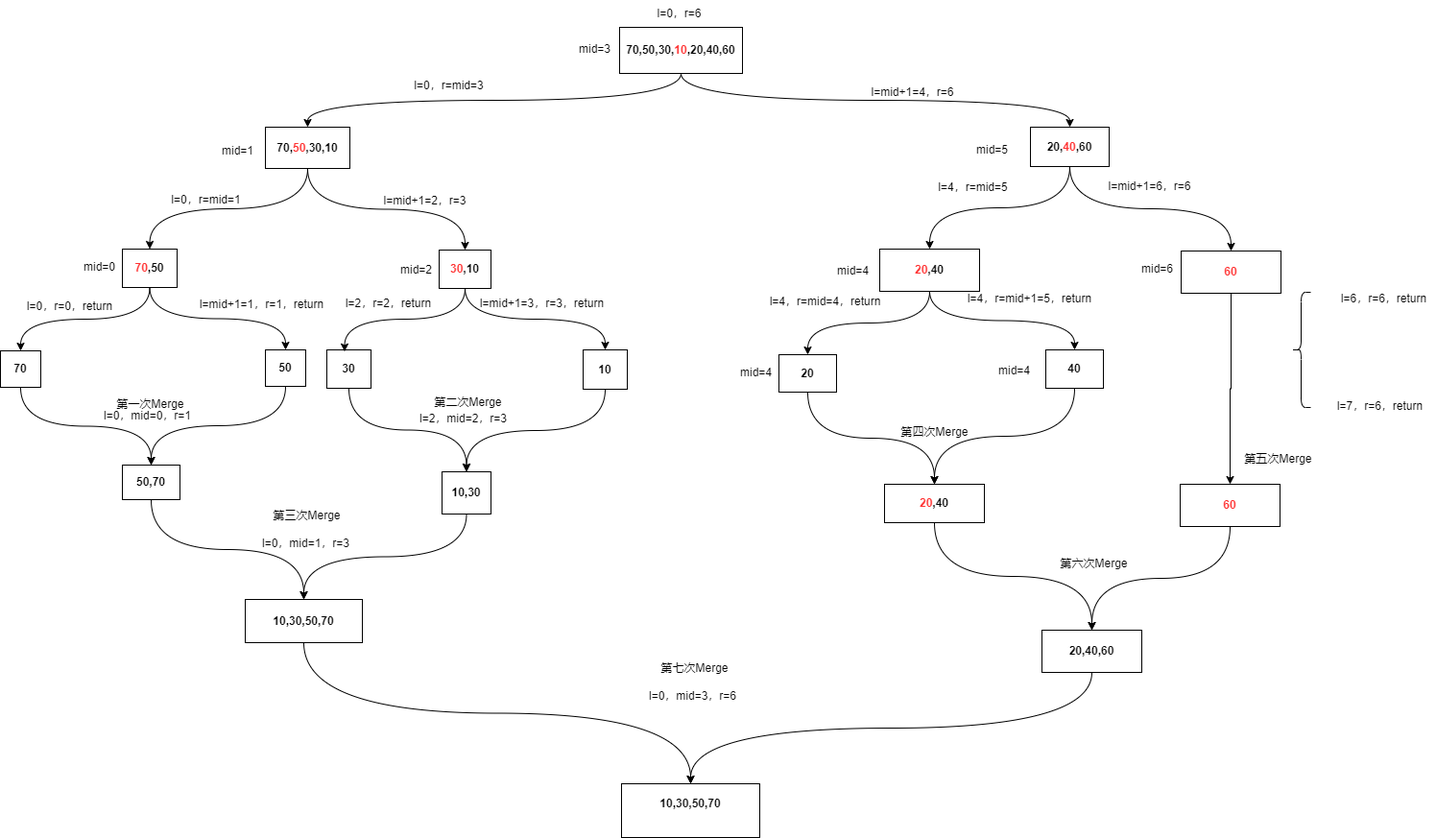
The draw.io diagram AlgorithmsAndDataStructures/归并算法.drawio.png in wjb0823/drawio, before a commit. Source tidied: cells renumbered, new cells last; positions are measured from the earlier drawing's top-left corner, leaving out a move shared by most shapes.
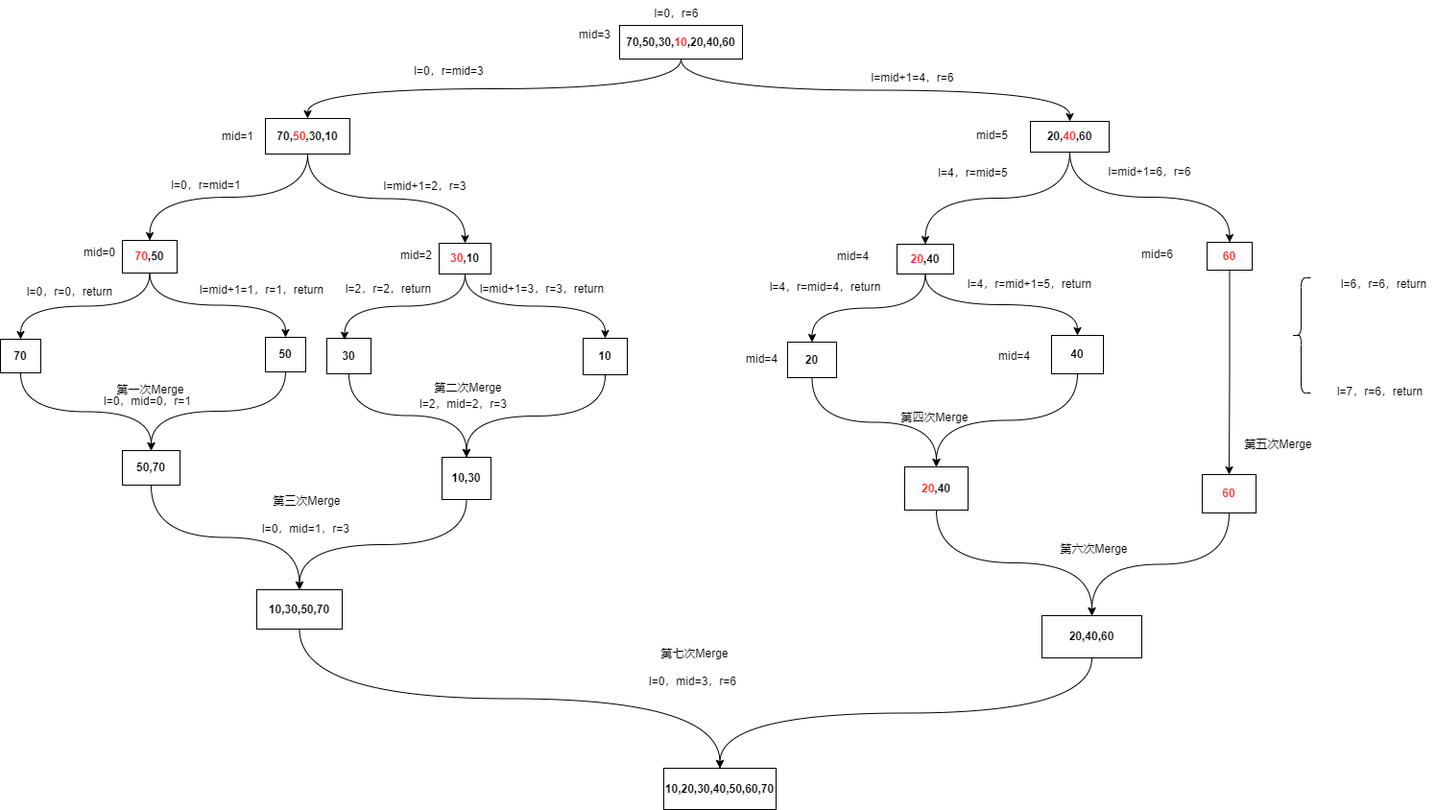
After the change.

Commit message:
更新归并算法.drawio.png

Change to the diagram source:
```diff
@@ -9,13 +9,13 @@
       <mxGeometry relative="1" as="geometry" />
     </mxCell>
     <mxCell id="4" value="&lt;b&gt;70,50,30,&lt;font color=&quot;#ff3333&quot;&gt;10&lt;/font&gt;,20,40,60&lt;/b&gt;" style="rounded=0;whiteSpace=wrap;html=1;" parent="1" vertex="1">
-      <mxGeometry x="645" y="28" width="128" height="48" as="geometry" />
+      <mxGeometry x="645" y="41" width="128" height="35" as="geometry" />
     </mxCell>
     <mxCell id="5" style="edgeStyle=orthogonalEdgeStyle;rounded=0;jettySize=auto;html=1;exitX=0.5;exitY=1;exitDx=0;exitDy=0;curved=1;" parent="1" edge="1" source="6" target="53">
       <mxGeometry relative="1" as="geometry" />
     </mxCell>
     <mxCell id="6" value="&lt;b&gt;20,&lt;font color=&quot;#ff3333&quot;&gt;40&lt;/font&gt;,60&lt;/b&gt;" style="rounded=0;whiteSpace=wrap;html=1;" parent="1" vertex="1">
-      <mxGeometry x="1073" y="132" width="82" height="41" as="geometry" />
+      <mxGeometry x="1073" y="141" width="82" height="32" as="geometry" />
     </mxCell>
     <mxCell id="7" style="edgeStyle=orthogonalEdgeStyle;rounded=0;jettySize=auto;html=1;entryX=0.5;entryY=0;entryDx=0;entryDy=0;curved=1;exitX=0.5;exitY=1;exitDx=0;exitDy=0;" parent="1" edge="1" source="9" target="12">
       <mxGeometry relative="1" as="geometry" />
@@ -24,7 +24,7 @@
       <mxGeometry relative="1" as="geometry" />
     </mxCell>
     <mxCell id="9" value="&lt;b&gt;70,&lt;font color=&quot;#ff3333&quot;&gt;50&lt;/font&gt;,30,10&lt;/b&gt;" style="rounded=0;whiteSpace=wrap;html=1;" parent="1" vertex="1">
-      <mxGeometry x="276" y="132" width="88" height="43" as="geometry" />
+      <mxGeometry x="276" y="138" width="88" height="37" as="geometry" />
     </mxCell>
     <mxCell id="10" style="edgeStyle=orthogonalEdgeStyle;rounded=0;jettySize=auto;html=1;exitX=0.5;exitY=1;exitDx=0;exitDy=0;curved=1;entryX=0.5;entryY=0;entryDx=0;entryDy=0;" parent="1" edge="1" source="12" target="21">
       <mxGeometry relative="1" as="geometry" />
@@ -33,10 +33,10 @@
       <mxGeometry relative="1" as="geometry" />
     </mxCell>
     <mxCell id="12" value="&lt;b&gt;&lt;font color=&quot;#ff3333&quot;&gt;70&lt;/font&gt;,50&lt;/b&gt;" style="rounded=0;whiteSpace=wrap;html=1;" parent="1" vertex="1">
-      <mxGeometry x="127" y="259" width="57" height="40" as="geometry" />
+      <mxGeometry x="127" y="265" width="57" height="34" as="geometry" />
     </mxCell>
     <mxCell id="13" value="l=0，r=6" style="text;html=1;align=center;verticalAlign=middle;strokeColor=none;fillColor=none;" parent="1" vertex="1">
-      <mxGeometry x="673" width="68" height="28" as="geometry" />
+      <mxGeometry x="670" y="15" width="68" height="28" as="geometry" />
     </mxCell>
     <mxCell id="14" value="mid=3" style="text;html=1;align=center;verticalAlign=middle;strokeColor=none;fillColor=none;" parent="1" vertex="1">
       <mxGeometry x="591" y="37" width="56" height="28" as="geometry" />
@@ -60,13 +60,13 @@
       <mxGeometry relative="1" as="geometry" />
     </mxCell>
     <mxCell id="21" value="&lt;b style=&quot;&quot;&gt;70&lt;/b&gt;" style="rounded=0;whiteSpace=wrap;html=1;" parent="1" vertex="1">
-      <mxGeometry y="365" width="42" height="38" as="geometry" />
+      <mxGeometry y="368" width="42" height="35" as="geometry" />
     </mxCell>
     <mxCell id="22" style="edgeStyle=orthogonalEdgeStyle;rounded=0;jettySize=auto;html=1;exitX=0.5;exitY=1;exitDx=0;exitDy=0;curved=1;entryX=0.5;entryY=0;entryDx=0;entryDy=0;" parent="1" edge="1" source="23" target="25">
       <mxGeometry relative="1" as="geometry" />
     </mxCell>
     <mxCell id="23" value="&lt;b style=&quot;&quot;&gt;50&lt;/b&gt;" style="rounded=0;whiteSpace=wrap;html=1;" parent="1" vertex="1">
-      <mxGeometry x="276" y="364" width="42" height="38" as="geometry" />
+      <mxGeometry x="276" y="366" width="42" height="36" as="geometry" />
     </mxCell>
     <mxCell id="24" style="edgeStyle=orthogonalEdgeStyle;rounded=0;jettySize=auto;html=1;exitX=0.5;exitY=1;exitDx=0;exitDy=0;entryX=0.5;entryY=0;entryDx=0;entryDy=0;curved=1;" parent="1" edge="1" source="25" target="41">
       <mxGeometry relative="1" as="geometry" />
@@ -84,19 +84,19 @@
       <mxGeometry relative="1" as="geometry" />
     </mxCell>
     <mxCell id="29" value="&lt;b style=&quot;&quot;&gt;&lt;font color=&quot;#ff3333&quot;&gt;30&lt;/font&gt;,10&lt;/b&gt;" style="rounded=0;whiteSpace=wrap;html=1;" parent="1" vertex="1">
-      <mxGeometry x="457" y="260" width="54" height="40" as="geometry" />
+      <mxGeometry x="457" y="268" width="54" height="32" as="geometry" />
     </mxCell>
     <mxCell id="30" style="edgeStyle=orthogonalEdgeStyle;rounded=0;jettySize=auto;html=1;exitX=0.5;exitY=1;exitDx=0;exitDy=0;curved=1;" parent="1" edge="1" source="31" target="36">
       <mxGeometry relative="1" as="geometry" />
     </mxCell>
     <mxCell id="31" value="&lt;b style=&quot;&quot;&gt;30&lt;/b&gt;" style="rounded=0;whiteSpace=wrap;html=1;" parent="1" vertex="1">
-      <mxGeometry x="340" y="364" width="46" height="40" as="geometry" />
+      <mxGeometry x="340" y="367" width="46" height="37" as="geometry" />
     </mxCell>
     <mxCell id="32" style="edgeStyle=orthogonalEdgeStyle;rounded=0;jettySize=auto;html=1;exitX=0.5;exitY=1;exitDx=0;exitDy=0;entryX=0.5;entryY=0;entryDx=0;entryDy=0;curved=1;" parent="1" edge="1" source="33" target="36">
       <mxGeometry relative="1" as="geometry" />
     </mxCell>
     <mxCell id="33" value="&lt;b style=&quot;&quot;&gt;10&lt;/b&gt;" style="rounded=0;whiteSpace=wrap;html=1;" parent="1" vertex="1">
-      <mxGeometry x="607" y="364" width="46" height="41" as="geometry" />
+      <mxGeometry x="607" y="367" width="46" height="38" as="geometry" />
     </mxCell>
     <mxCell id="34" style="edgeStyle=orthogonalEdgeStyle;rounded=0;jettySize=auto;html=1;exitX=0.5;exitY=1;exitDx=0;exitDy=0;entryX=0.402;entryY=0.045;entryDx=0;entryDy=0;entryPerimeter=0;curved=1;" parent="1" edge="1" source="29" target="31">
       <mxGeometry relative="1" as="geometry" />
@@ -120,7 +120,7 @@
       <mxGeometry relative="1" as="geometry" />
     </mxCell>
     <mxCell id="41" value="&lt;b style=&quot;&quot;&gt;10,30,50,70&lt;/b&gt;&lt;b style=&quot;&quot;&gt;&lt;br&gt;&lt;/b&gt;" style="rounded=0;whiteSpace=wrap;html=1;" parent="1" vertex="1">
-      <mxGeometry x="255" y="624" width="122" height="45" as="geometry" />
+      <mxGeometry x="267" y="629" width="89" height="41" as="geometry" />
     </mxCell>
     <mxCell id="42" value="第三次Merge" style="text;html=1;align=center;verticalAlign=middle;strokeColor=none;fillColor=none;" parent="1" vertex="1">
       <mxGeometry x="273" y="523" width="92" height="28" as="geometry" />
@@ -150,13 +150,13 @@
       <mxGeometry relative="1" as="geometry" />
     </mxCell>
     <mxCell id="51" value="&lt;b&gt;&lt;font color=&quot;#ff3333&quot;&gt;20&lt;/font&gt;,40&lt;/b&gt;" style="rounded=0;whiteSpace=wrap;html=1;" parent="1" vertex="1">
-      <mxGeometry x="916" y="259" width="104" height="44" as="geometry" />
+      <mxGeometry x="934" y="269" width="59" height="31" as="geometry" />
     </mxCell>
     <mxCell id="52" style="edgeStyle=orthogonalEdgeStyle;rounded=0;jettySize=auto;html=1;exitX=0.5;exitY=1;exitDx=0;exitDy=0;entryX=0.5;entryY=0;entryDx=0;entryDy=0;" parent="1" edge="1" source="53" target="72">
       <mxGeometry relative="1" as="geometry" />
     </mxCell>
     <mxCell id="53" value="&lt;b&gt;&lt;font color=&quot;#ff3333&quot;&gt;60&lt;/font&gt;&lt;/b&gt;" style="rounded=0;whiteSpace=wrap;html=1;" parent="1" vertex="1">
-      <mxGeometry x="1230" y="261" width="104" height="44" as="geometry" />
+      <mxGeometry x="1257" y="267" width="47" height="29" as="geometry" />
     </mxCell>
     <mxCell id="54" value="mid=5" style="text;html=1;align=center;verticalAlign=middle;strokeColor=none;fillColor=none;" parent="1" vertex="1">
       <mxGeometry x="1005" y="142" width="56" height="28" as="geometry" />
@@ -180,19 +180,19 @@
       <mxGeometry relative="1" as="geometry" />
     </mxCell>
     <mxCell id="61" value="&lt;b&gt;20&lt;/b&gt;" style="rounded=0;whiteSpace=wrap;html=1;" parent="1" vertex="1">
-      <mxGeometry x="811" y="369" width="60" height="39" as="geometry" />
+      <mxGeometry x="820" y="371" width="51" height="37" as="geometry" />
     </mxCell>
     <mxCell id="62" style="edgeStyle=orthogonalEdgeStyle;rounded=0;jettySize=auto;html=1;exitX=0.5;exitY=1;exitDx=0;exitDy=0;entryX=0.5;entryY=0;entryDx=0;entryDy=0;curved=1;" parent="1" edge="1" source="63" target="69">
       <mxGeometry relative="1" as="geometry" />
     </mxCell>
     <mxCell id="63" value="&lt;b&gt;40&lt;/b&gt;" style="rounded=0;whiteSpace=wrap;html=1;" parent="1" vertex="1">
-      <mxGeometry x="1089" y="364" width="60" height="40" as="geometry" />
+      <mxGeometry x="1095" y="364" width="54" height="40" as="geometry" />
     </mxCell>
     <mxCell id="64" value="l=4，r=mid=4，return" style="text;html=1;align=center;verticalAlign=middle;strokeColor=none;fillColor=none;" parent="1" vertex="1">
       <mxGeometry x="791" y="300" width="135" height="27" as="geometry" />
     </mxCell>
     <mxCell id="65" value="mid=4" style="text;html=1;align=center;verticalAlign=middle;strokeColor=none;fillColor=none;" parent="1" vertex="1">
-      <mxGeometry x="759" y="374" width="56" height="28" as="geometry" />
+      <mxGeometry x="765" y="375" width="56" height="28" as="geometry" />
     </mxCell>
     <mxCell id="66" value="l=4，r=mid+1=5，return" style="text;html=1;align=center;verticalAlign=middle;strokeColor=none;fillColor=none;" parent="1" vertex="1">
       <mxGeometry x="998" y="297" width="148" height="27" as="geometry" />
@@ -204,7 +204,7 @@
       <mxGeometry relative="1" as="geometry" />
     </mxCell>
     <mxCell id="69" value="&lt;b&gt;&lt;font color=&quot;#ff3333&quot;&gt;20&lt;/font&gt;,40&lt;/b&gt;" style="rounded=0;whiteSpace=wrap;html=1;" parent="1" vertex="1">
-      <mxGeometry x="921" y="504" width="104" height="40" as="geometry" />
+      <mxGeometry x="942" y="501" width="66" height="45" as="geometry" />
     </mxCell>
     <mxCell id="70" value="第四次Merge" style="text;html=1;align=center;verticalAlign=middle;strokeColor=none;fillColor=none;" parent="1" vertex="1">
       <mxGeometry x="927" y="436" width="92" height="28" as="geometry" />
@@ -213,7 +213,7 @@
       <mxGeometry relative="1" as="geometry" />
     </mxCell>
     <mxCell id="72" value="&lt;b&gt;&lt;font color=&quot;#ff3333&quot;&gt;60&lt;/font&gt;&lt;/b&gt;" style="rounded=0;whiteSpace=wrap;html=1;" parent="1" vertex="1">
-      <mxGeometry x="1229" y="504" width="104" height="44" as="geometry" />
+      <mxGeometry x="1252" y="509" width="56" height="40" as="geometry" />
     </mxCell>
     <mxCell id="73" value="第五次Merge" style="text;html=1;align=center;verticalAlign=middle;strokeColor=none;fillColor=none;" parent="1" vertex="1">
       <mxGeometry x="1285" y="464" width="92" height="28" as="geometry" />
@@ -224,8 +224,8 @@
     <mxCell id="75" value="&lt;b&gt;20,40,60&lt;/b&gt;" style="rounded=0;whiteSpace=wrap;html=1;" parent="1" vertex="1">
       <mxGeometry x="1085" y="656" width="104" height="44" as="geometry" />
     </mxCell>
-    <mxCell id="76" value="&lt;b style=&quot;&quot;&gt;10,30,50,70&lt;br&gt;&lt;/b&gt;&lt;b style=&quot;&quot;&gt;&lt;br&gt;&lt;/b&gt;" style="rounded=0;whiteSpace=wrap;html=1;" parent="1" vertex="1">
-      <mxGeometry x="647" y="816" width="144" height="56" as="geometry" />
+    <mxCell id="76" value="&lt;b style=&quot;&quot;&gt;10,20,30,40,50,60,70&lt;/b&gt;&lt;b style=&quot;&quot;&gt;&lt;br&gt;&lt;/b&gt;" style="rounded=0;whiteSpace=wrap;html=1;" parent="1" vertex="1">
+      <mxGeometry x="691" y="815" width="117" height="43" as="geometry" />
     </mxCell>
     <mxCell id="77" value="第六次Merge" style="text;html=1;align=center;verticalAlign=middle;strokeColor=none;fillColor=none;" parent="1" vertex="1">
       <mxGeometry x="1093" y="573" width="92" height="28" as="geometry" />
```
